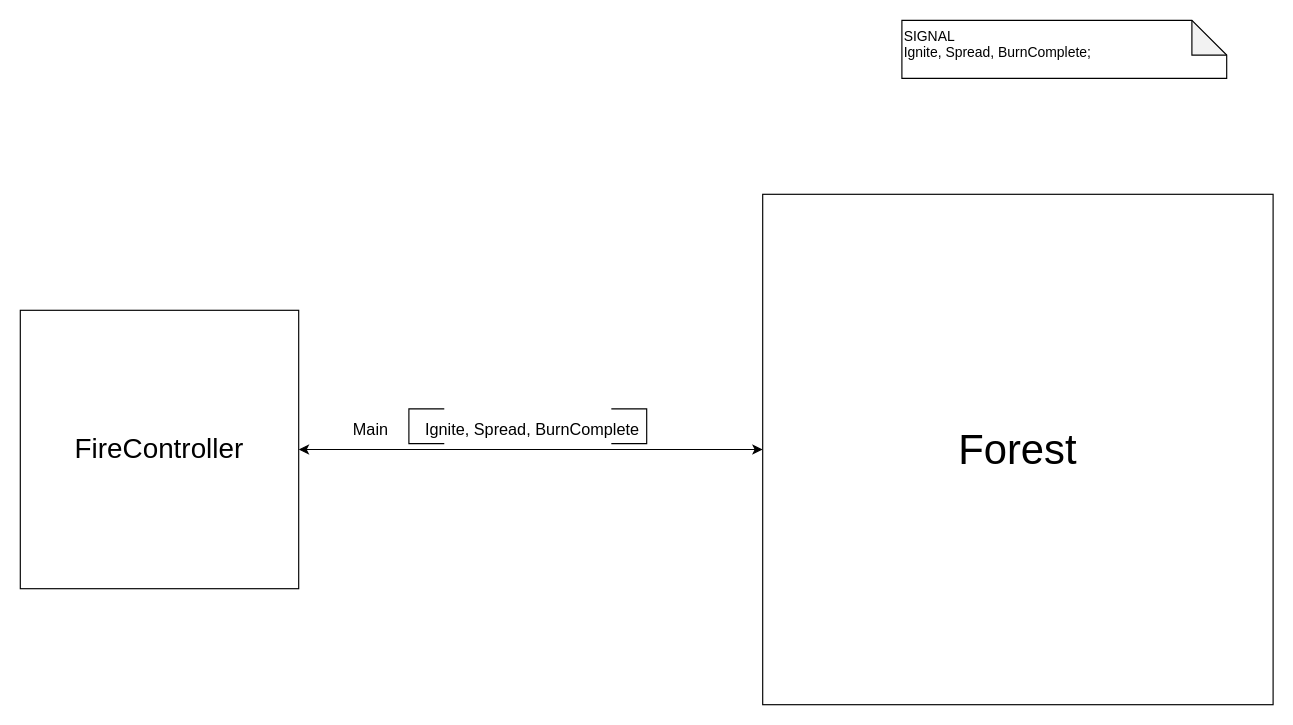
Before: page "System" (1 of 6) of fire_simulation.drawio in Pau-FIB/Fire_simulation, a draw.io diagram. Source tidied: cells renumbered, new cells numbered last; positions are measured from the earlier drawing's top-left corner, leaving out a move shared by most shapes. Both pictures are drawn from the tidied source at 116%, with x=0, y=0 at pixel (20, 20).
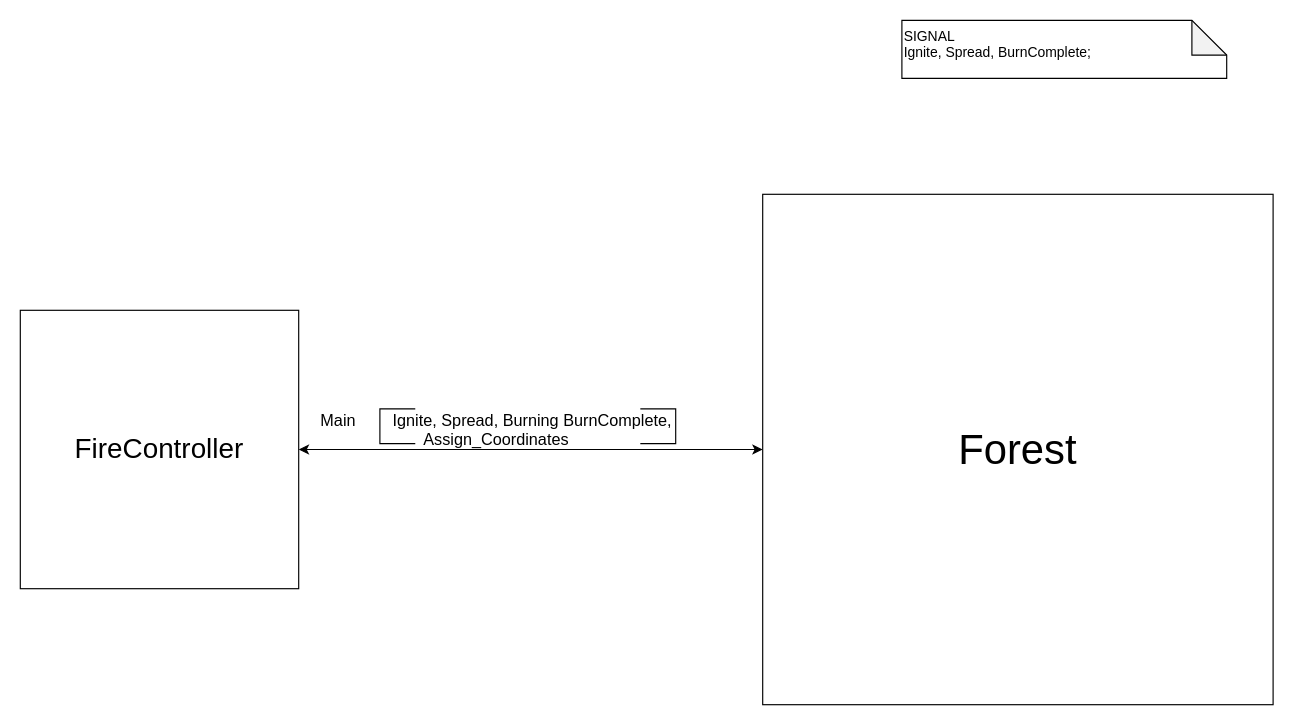
The same diagram, later.

What changed in the source:
```diff
@@
 <mxGraphModel>
   <root>
     <mxCell id="0" />
     <mxCell id="1" parent="0" />
     <mxCell id="2" value="&lt;font style=&quot;font-size: 24px;&quot;&gt;FireController&lt;/font&gt;" style="whiteSpace=wrap;html=1;" parent="1" vertex="1">
       <mxGeometry y="250" width="240" height="240" as="geometry" />
     </mxCell>
     <mxCell id="3" style="endArrow=classic;startArrow=classic;html=1;rounded=0;exitX=1;exitY=0.5;exitDx=0;exitDy=0;" parent="1" edge="1" source="2" target="5">
       <mxGeometry relative="1" as="geometry" />
     </mxCell>
     <mxCell id="4" value="&lt;div&gt;SIGNAL&lt;/div&gt;&lt;div&gt;Ignite, Spread, BurnComplete;&lt;/div&gt;" style="shape=note;whiteSpace=wrap;html=1;backgroundOutline=1;darkOpacity=0.05;align=left;verticalAlign=top;" parent="1" vertex="1">
       <mxGeometry x="760" width="280" height="50" as="geometry" />
     </mxCell>
     <mxCell id="5" value="&lt;font style=&quot;font-size: 36px;&quot;&gt;Forest&lt;/font&gt;" style="whiteSpace=wrap;html=1;" parent="1" vertex="1">
       <mxGeometry x="640" y="150" width="440" height="440" as="geometry" />
     </mxCell>
-    <mxCell id="6" value="&lt;font style=&quot;font-size: 14px;&quot;&gt;Main &lt;span style=&quot;white-space: pre;&quot;&gt;&#9;&lt;/span&gt;Ignite, Spread, BurnComplete&lt;/font&gt;" style="text;html=1;align=center;verticalAlign=middle;strokeColor=none;fillColor=none;" parent="1" vertex="1">
-      <mxGeometry x="280" y="338" width="260" height="30" as="geometry" />
+    <mxCell id="6" value="&lt;div&gt;&lt;font style=&quot;font-size: 14px;&quot;&gt;Main &lt;span style=&quot;white-space: pre;&quot;&gt;&#9;&lt;/span&gt;Ignite, Spread, Burning BurnComplete,&lt;/font&gt;&lt;/div&gt;&lt;div&gt;&lt;font style=&quot;font-size: 14px;&quot;&gt;Assign_Coordinates&lt;/font&gt;&lt;/div&gt;" style="text;html=1;align=center;verticalAlign=middle;strokeColor=none;fillColor=none;" parent="1" vertex="1">
+      <mxGeometry x="250" y="328" width="320" height="50" as="geometry" />
     </mxCell>
     <mxCell id="7" style="shape=partialRectangle;whiteSpace=wrap;html=1;bottom=1;right=1;left=1;top=0;fillColor=none;routingCenterX=-0.5;rotation=90;" parent="1" vertex="1">
-      <mxGeometry x="335" y="335" width="30" height="30" as="geometry" />
+      <mxGeometry x="310" y="335" width="30" height="30" as="geometry" />
     </mxCell>
     <mxCell id="8" style="shape=partialRectangle;whiteSpace=wrap;html=1;bottom=1;right=1;left=1;top=0;fillColor=none;routingCenterX=-0.5;rotation=-90;" parent="1" vertex="1">
-      <mxGeometry x="510" y="335" width="30" height="30" as="geometry" />
+      <mxGeometry x="535" y="335" width="30" height="30" as="geometry" />
     </mxCell>
   </root>
 </mxGraphModel>
```
